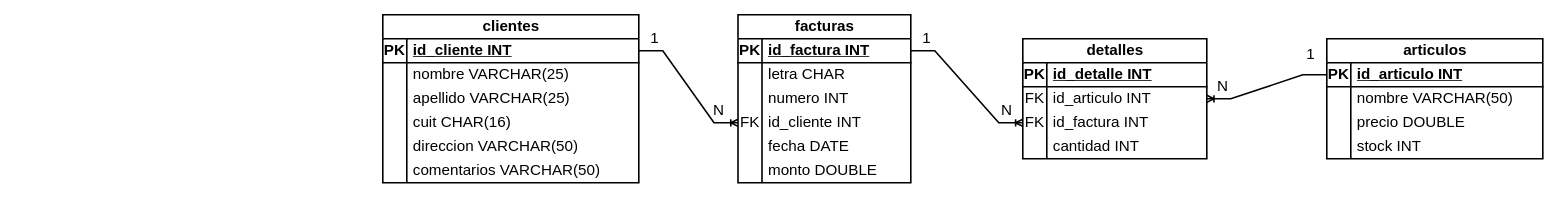
The draw.io diagram diagram/model-er.drawio in khalil-ali-viera-developer-java/proyecto-integrador-sql-digitalers, before the edit. Source tidied: cells renumbered, new cells numbered last; positions are measured from the earlier drawing's top-left corner, leaving out a move shared by most shapes. Both pictures are drawn from the tidied source at 80%, with x=0, y=0 at pixel (382, 14).
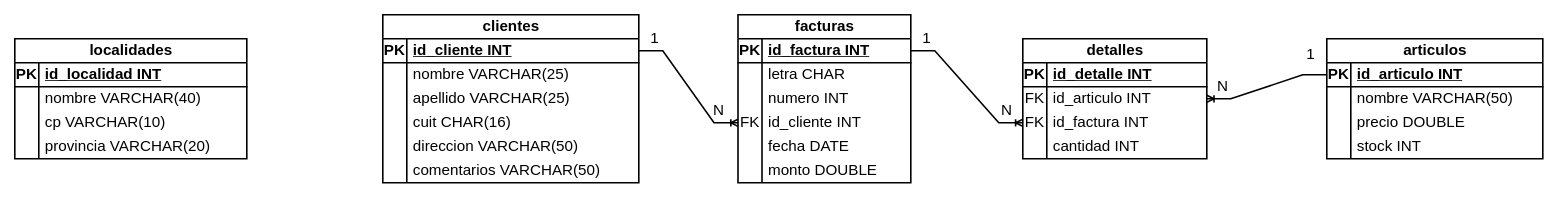
Above is the later version.

Commit message:
Main 8° commit: Modificación en el diagrama de entidad relación para agregar una tabla de localidades que todavia no tiene relación

The edit, as a diff of the source:
```diff
@@
+    <mxCell id="75" value="localidades" style="shape=table;startSize=30;childLayout=tableLayout;rowLines=0;fontStyle=1;align=center;html=1;fontFamily=JetBrains Mono;fontSize=19;strokeWidth=2;" parent="1" vertex="1">
+      <mxGeometry x="-460" y="30" width="290" height="150" as="geometry" />
+    </mxCell>
+    <mxCell id="76" style="shape=tableRow;horizontal=0;startSize=0;swimlaneHead=0;swimlaneBody=0;fillColor=none;top=0;left=0;right=0;bottom=1;fontFamily=JetBrains Mono;fontSize=19;strokeWidth=2;" parent="75" vertex="1">
+      <mxGeometry y="30" width="290" height="30" as="geometry" />
+    </mxCell>
+    <mxCell id="77" value="PK" style="shape=partialRectangle;fillColor=none;top=0;left=0;bottom=0;right=0;fontStyle=1;overflow=hidden;whiteSpace=wrap;html=1;fontFamily=JetBrains Mono;fontSize=19;strokeWidth=2;" parent="76" vertex="1">
+      <mxGeometry width="30" height="30" as="geometry" />
+    </mxCell>
+    <mxCell id="78" value="id_localidad INT" style="shape=partialRectangle;fillColor=none;top=0;left=0;bottom=0;right=0;align=left;spacingLeft=6;fontStyle=5;overflow=hidden;whiteSpace=wrap;html=1;fontFamily=JetBrains Mono;fontSize=19;strokeWidth=2;" parent="76" vertex="1">
+      <mxGeometry x="30" width="260" height="30" as="geometry" />
+    </mxCell>
+    <mxCell id="79" style="shape=tableRow;horizontal=0;startSize=0;swimlaneHead=0;swimlaneBody=0;fillColor=none;top=0;left=0;right=0;bottom=0;fontFamily=JetBrains Mono;fontSize=19;strokeWidth=2;" parent="75" vertex="1">
+      <mxGeometry y="60" width="290" height="30" as="geometry" />
+    </mxCell>
+    <mxCell id="80" style="shape=partialRectangle;fillColor=none;top=0;left=0;bottom=0;right=0;overflow=hidden;whiteSpace=wrap;html=1;fontFamily=JetBrains Mono;fontSize=19;strokeWidth=2;" parent="79" vertex="1">
+      <mxGeometry width="30" height="30" as="geometry" />
+    </mxCell>
+    <mxCell id="81" value="nombre VARCHAR(40)&amp;nbsp;" style="shape=partialRectangle;fillColor=none;top=0;left=0;bottom=0;right=0;align=left;spacingLeft=6;overflow=hidden;whiteSpace=wrap;html=1;fontFamily=JetBrains Mono;fontSize=19;strokeWidth=2;" parent="79" vertex="1">
+      <mxGeometry x="30" width="260" height="30" as="geometry" />
+    </mxCell>
+    <mxCell id="82" style="shape=tableRow;horizontal=0;startSize=0;swimlaneHead=0;swimlaneBody=0;fillColor=none;top=0;left=0;right=0;bottom=0;fontFamily=JetBrains Mono;fontSize=19;strokeWidth=2;" parent="75" vertex="1">
+      <mxGeometry y="90" width="290" height="30" as="geometry" />
+    </mxCell>
+    <mxCell id="83" style="shape=partialRectangle;fillColor=none;top=0;left=0;bottom=0;right=0;overflow=hidden;whiteSpace=wrap;html=1;fontFamily=JetBrains Mono;fontSize=19;strokeWidth=2;" parent="82" vertex="1">
+      <mxGeometry width="30" height="30" as="geometry" />
+    </mxCell>
+    <mxCell id="84" value="cp VARCHAR(10)" style="shape=partialRectangle;fillColor=none;top=0;left=0;bottom=0;right=0;align=left;spacingLeft=6;overflow=hidden;whiteSpace=wrap;html=1;fontFamily=JetBrains Mono;fontSize=19;strokeWidth=2;" parent="82" vertex="1">
+      <mxGeometry x="30" width="260" height="30" as="geometry" />
+    </mxCell>
+    <mxCell id="85" style="shape=tableRow;horizontal=0;startSize=0;swimlaneHead=0;swimlaneBody=0;fillColor=none;top=0;left=0;right=0;bottom=0;fontFamily=JetBrains Mono;fontSize=19;strokeWidth=2;" parent="75" vertex="1">
+      <mxGeometry y="120" width="290" height="30" as="geometry" />
+    </mxCell>
+    <mxCell id="86" style="shape=partialRectangle;fillColor=none;top=0;left=0;bottom=0;right=0;overflow=hidden;whiteSpace=wrap;html=1;fontFamily=JetBrains Mono;fontSize=19;strokeWidth=2;" parent="85" vertex="1">
+      <mxGeometry width="30" height="30" as="geometry" />
+    </mxCell>
+    <mxCell id="87" value="provincia VARCHAR(20)" style="shape=partialRectangle;fillColor=none;top=0;left=0;bottom=0;right=0;align=left;spacingLeft=6;overflow=hidden;whiteSpace=wrap;html=1;fontFamily=JetBrains Mono;fontSize=19;strokeWidth=2;" parent="85" vertex="1">
+      <mxGeometry x="30" width="260" height="30" as="geometry" />
+    </mxCell>
```
